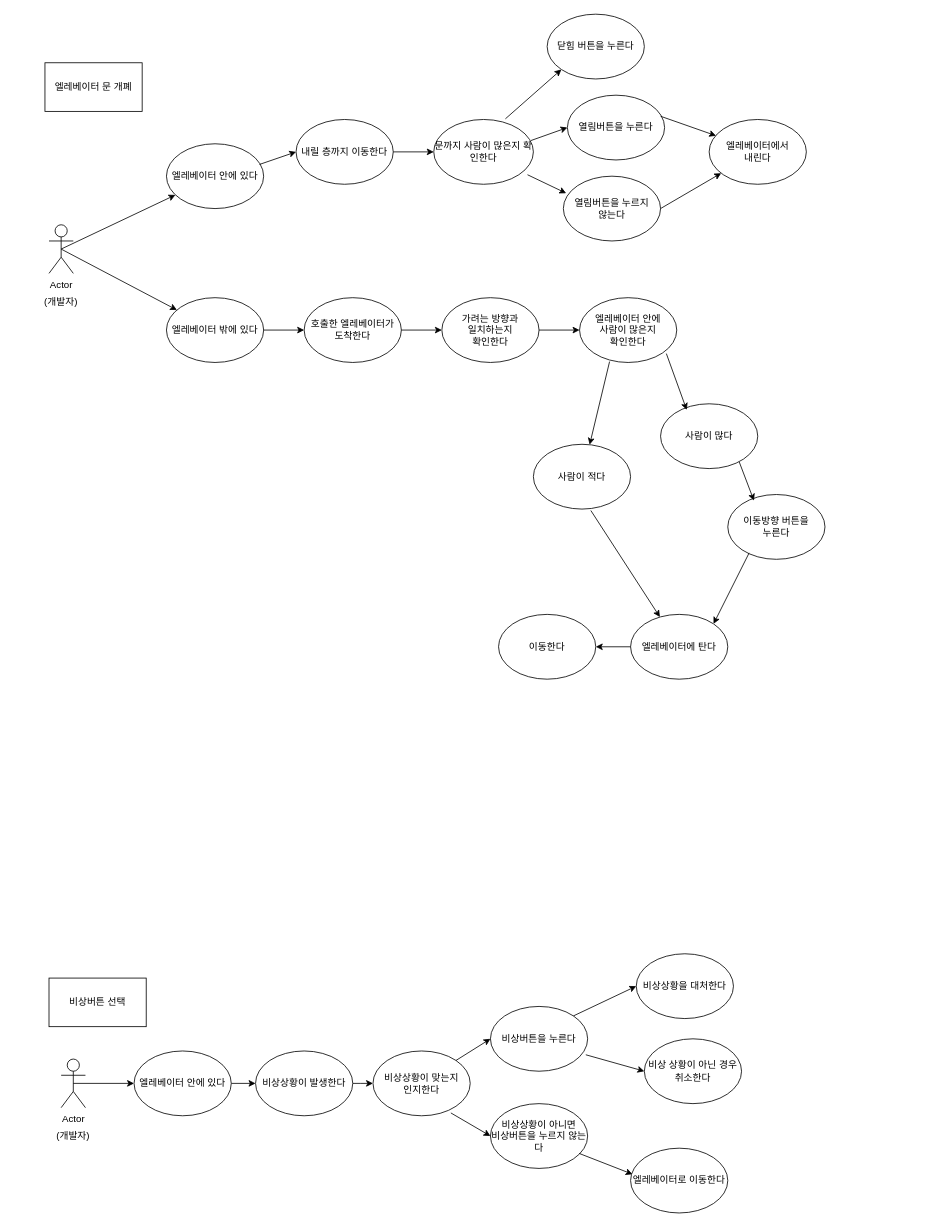
doit0/usecase-diagram keeps this draw.io diagram as sdf.drawio. Above is the earlier version. Source tidied: cells renumbered, new cells numbered last; positions are measured from the earlier drawing's top-left corner, leaving out a move shared by most shapes. Both pictures are drawn from the tidied source at 81%, with x=0, y=0 at pixel (36, 14).
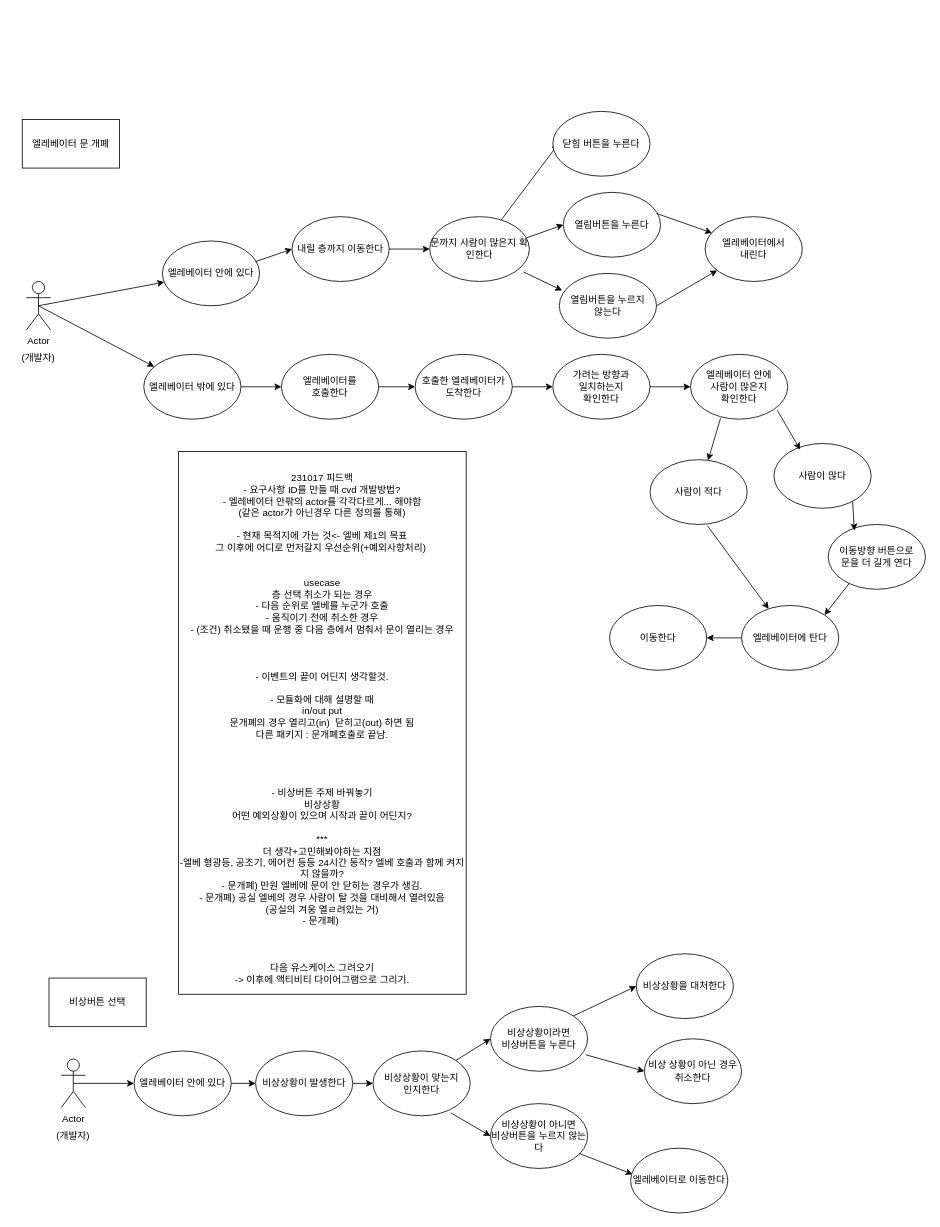
Above is the later version.

Commit message:
엘레베이터 요구사항 정의서 바탕으로 유스케이스 그리기 (231017).drawio 업데이트

The edit, as a diff of the source:
```diff
@@
     <mxCell id="2" value="Actor" style="shape=umlActor;verticalLabelPosition=bottom;verticalAlign=top;html=1;outlineConnect=0;" parent="1" vertex="1">
-      <mxGeometry x="15" y="260" width="30" height="60" as="geometry" />
+      <mxGeometry x="-13" y="330" width="30" height="60" as="geometry" />
     </mxCell>
@@
     <mxCell id="4" value="(개발자)" style="text;html=1;strokeColor=none;fillColor=none;align=center;verticalAlign=middle;whiteSpace=wrap;rounded=0;" parent="1" vertex="1">
-      <mxGeometry y="340" width="60" height="30" as="geometry" />
+      <mxGeometry x="-28" y="410" width="60" height="30" as="geometry" />
     </mxCell>
@@
     <mxCell id="6" value="엘레베이터 문 개폐" style="rounded=0;whiteSpace=wrap;html=1;" parent="1" vertex="1">
-      <mxGeometry x="10" y="60" width="120" height="60" as="geometry" />
+      <mxGeometry x="-18" y="130" width="120" height="60" as="geometry" />
     </mxCell>
     <mxCell id="7" value="엘레베이터 밖에 있다" style="ellipse;whiteSpace=wrap;html=1;" parent="1" vertex="1">
-      <mxGeometry x="160" y="350" width="120" height="80" as="geometry" />
+      <mxGeometry x="132" y="420" width="120" height="80" as="geometry" />
     </mxCell>
     <mxCell id="8" value="엘레베이터 안에 있다" style="ellipse;whiteSpace=wrap;html=1;" parent="1" vertex="1">
-      <mxGeometry x="160" y="160" width="120" height="80" as="geometry" />
+      <mxGeometry x="155" y="280" width="120" height="80" as="geometry" />
     </mxCell>
@@
     <mxCell id="10" value="내릴 층까지 이동한다" style="ellipse;whiteSpace=wrap;html=1;" parent="1" vertex="1">
-      <mxGeometry x="320" y="130" width="120" height="80" as="geometry" />
+      <mxGeometry x="315" y="250" width="120" height="80" as="geometry" />
     </mxCell>
@@
     <mxCell id="12" value="문까지 사람이 많은지 확인한다" style="ellipse;whiteSpace=wrap;html=1;" parent="1" vertex="1">
-      <mxGeometry x="490" y="130" width="123" height="80" as="geometry" />
+      <mxGeometry x="485" y="250" width="123" height="80" as="geometry" />
     </mxCell>
     <mxCell id="13" style="endArrow=classic;html=1;rounded=0;exitX=0.957;exitY=0.319;exitDx=0;exitDy=0;exitPerimeter=0;entryX=0;entryY=0.5;entryDx=0;entryDy=0;" parent="1" edge="1" target="14">
       <mxGeometry relative="1" as="geometry">
-        <mxPoint x="610" y="156" as="sourcePoint" />
+        <mxPoint x="605" y="276" as="sourcePoint" />
       </mxGeometry>
     </mxCell>
     <mxCell id="14" value="열림버튼을 누른다" style="ellipse;whiteSpace=wrap;html=1;" parent="1" vertex="1">
-      <mxGeometry x="655" y="100" width="120" height="80" as="geometry" />
+      <mxGeometry x="650" y="220" width="120" height="80" as="geometry" />
     </mxCell>
     <mxCell id="15" style="endArrow=classic;html=1;rounded=0;exitX=0.957;exitY=0.319;exitDx=0;exitDy=0;exitPerimeter=0;entryX=0.071;entryY=0.251;entryDx=0;entryDy=0;entryPerimeter=0;" parent="1" edge="1" target="16">
       <mxGeometry relative="1" as="geometry">
-        <mxPoint x="770" y="126" as="sourcePoint" />
+        <mxPoint x="765" y="246" as="sourcePoint" />
       </mxGeometry>
     </mxCell>
     <mxCell id="16" value="엘레베이터에서&lt;br&gt;내린다" style="ellipse;whiteSpace=wrap;html=1;" parent="1" vertex="1">
-      <mxGeometry x="830" y="130" width="120" height="80" as="geometry" />
+      <mxGeometry x="825" y="250" width="120" height="80" as="geometry" />
     </mxCell>
@@
     <mxCell id="18" value="열림버튼을 누르지 &lt;br&gt;않는다" style="ellipse;whiteSpace=wrap;html=1;" parent="1" vertex="1">
-      <mxGeometry x="650" y="200" width="120" height="80" as="geometry" />
+      <mxGeometry x="645" y="320" width="120" height="80" as="geometry" />
     </mxCell>
@@
-    <mxCell id="20" style="endArrow=classic;html=1;rounded=0;entryX=0;entryY=1;entryDx=0;entryDy=0;exitX=0.719;exitY=-0.01;exitDx=0;exitDy=0;exitPerimeter=0;" parent="1" edge="1" source="12" target="21">
+    <mxCell id="20" style="endArrow=classic;html=1;rounded=0;entryX=0.058;entryY=0.5;entryDx=0;entryDy=0;entryPerimeter=0;" parent="1" edge="1" source="12" target="21">
       <mxGeometry relative="1" as="geometry" />
     </mxCell>
     <mxCell id="21" value="닫힘 버튼을 누른다" style="ellipse;whiteSpace=wrap;html=1;" parent="1" vertex="1">
-      <mxGeometry x="630" width="120" height="80" as="geometry" />
+      <mxGeometry x="637" y="120" width="120" height="80" as="geometry" />
     </mxCell>
-    <mxCell id="22" style="endArrow=classic;html=1;rounded=0;exitX=1;exitY=0.5;exitDx=0;exitDy=0;entryX=0;entryY=0.5;entryDx=0;entryDy=0;" parent="1" edge="1" source="7" target="23">
+    <mxCell id="22" style="endArrow=classic;html=1;rounded=0;exitX=1;exitY=0.5;exitDx=0;exitDy=0;entryX=0;entryY=0.5;entryDx=0;entryDy=0;" parent="1" edge="1" source="7" target="59">
       <mxGeometry relative="1" as="geometry" />
     </mxCell>
     <mxCell id="23" value="호출한 엘레베이터가&lt;br&gt;도착한다" style="ellipse;whiteSpace=wrap;html=1;" parent="1" vertex="1">
-      <mxGeometry x="330" y="350" width="120" height="80" as="geometry" />
+      <mxGeometry x="467" y="420" width="120" height="80" as="geometry" />
     </mxCell>
@@
     <mxCell id="25" value="가려는 방향과 &lt;br&gt;일치하는지&lt;br&gt;확인한다" style="ellipse;whiteSpace=wrap;html=1;" parent="1" vertex="1">
-      <mxGeometry x="500" y="350" width="120" height="80" as="geometry" />
+      <mxGeometry x="637" y="420" width="120" height="80" as="geometry" />
     </mxCell>
@@
     <mxCell id="27" value="엘레베이터 안에 &lt;br&gt;사람이 많은지 &lt;br&gt;확인한다" style="ellipse;whiteSpace=wrap;html=1;" parent="1" vertex="1">
-      <mxGeometry x="670" y="350" width="120" height="80" as="geometry" />
+      <mxGeometry x="807" y="420" width="120" height="80" as="geometry" />
     </mxCell>
     <mxCell id="28" value="사람이 적다" style="ellipse;whiteSpace=wrap;html=1;" parent="1" vertex="1">
-      <mxGeometry x="613" y="531" width="120" height="80" as="geometry" />
+      <mxGeometry x="757" y="550" width="120" height="80" as="geometry" />
     </mxCell>
     <mxCell id="29" value="사람이 많다" style="ellipse;whiteSpace=wrap;html=1;" parent="1" vertex="1">
-      <mxGeometry x="770" y="481" width="120" height="80" as="geometry" />
+      <mxGeometry x="910" y="530" width="120" height="80" as="geometry" />
     </mxCell>
@@
-    <mxCell id="32" value="이동방향 버튼을&lt;br&gt;누른다" style="ellipse;whiteSpace=wrap;html=1;" parent="1" vertex="1">
-      <mxGeometry x="853" y="593" width="120" height="80" as="geometry" />
+    <mxCell id="32" value="이동방향 버튼으로&lt;br&gt;문을 더 길게 연다" style="ellipse;whiteSpace=wrap;html=1;" parent="1" vertex="1">
+      <mxGeometry x="977" y="630" width="120" height="80" as="geometry" />
     </mxCell>
@@
     <mxCell id="34" value="엘레베이터에 탄다" style="ellipse;whiteSpace=wrap;html=1;" parent="1" vertex="1">
-      <mxGeometry x="733" y="741" width="120" height="80" as="geometry" />
+      <mxGeometry x="870" y="730" width="120" height="80" as="geometry" />
     </mxCell>
@@
     <mxCell id="37" value="이동한다" style="ellipse;whiteSpace=wrap;html=1;" parent="1" vertex="1">
-      <mxGeometry x="570" y="741" width="120" height="80" as="geometry" />
+      <mxGeometry x="707" y="730" width="120" height="80" as="geometry" />
     </mxCell>
@@
-    <mxCell id="47" value="비상버튼을 누른다" style="ellipse;whiteSpace=wrap;html=1;" parent="1" vertex="1">
+    <mxCell id="47" value="비상상황이라면&lt;br&gt;비상버튼을 누른다" style="ellipse;whiteSpace=wrap;html=1;" parent="1" vertex="1">
       <mxGeometry x="560" y="1225" width="120" height="80" as="geometry" />
     </mxCell>
@@
+    <mxCell id="58" style="edgeStyle=orthogonalEdgeStyle;rounded=0;orthogonalLoop=1;jettySize=auto;html=1;exitX=0.5;exitY=1;exitDx=0;exitDy=0;" parent="1" edge="1" source="29" target="29">
+      <mxGeometry relative="1" as="geometry" />
+    </mxCell>
+    <mxCell id="59" value="엘레베이터를 &lt;br&gt;호출한다" style="ellipse;whiteSpace=wrap;html=1;" parent="1" vertex="1">
+      <mxGeometry x="302" y="420" width="120" height="80" as="geometry" />
+    </mxCell>
+    <mxCell id="60" style="endArrow=classic;html=1;rounded=0;exitX=1;exitY=0.5;exitDx=0;exitDy=0;entryX=0;entryY=0.5;entryDx=0;entryDy=0;" parent="1" edge="1" source="59" target="23">
+      <mxGeometry relative="1" as="geometry" />
+    </mxCell>
+    <mxCell id="61" value="&lt;div style=&quot;border-color: var(--border-color);&quot;&gt;&lt;br&gt;&lt;/div&gt;&lt;div style=&quot;border-color: var(--border-color);&quot;&gt;231017 피드백&lt;/div&gt;&lt;div style=&quot;border-color: var(--border-color);&quot;&gt;- 요구사항 ID를 만들 때 cvd 개발방법?&lt;/div&gt;&lt;div style=&quot;border-color: var(--border-color);&quot;&gt;- 엘레베이터 안팎의 actor를 각각다르게... 해야함&lt;/div&gt;&lt;div style=&quot;border-color: var(--border-color);&quot;&gt;(같은 actor가 아닌경우 다른 정의를 통해)&lt;/div&gt;&lt;div style=&quot;border-color: var(--border-color);&quot;&gt;&lt;br style=&quot;border-color: var(--border-color);&quot;&gt;&lt;/div&gt;&lt;div style=&quot;border-color: var(--border-color);&quot;&gt;- 현재 목적지에 가는 것&amp;lt;- 엘베 제1의 목표&lt;/div&gt;&lt;div style=&quot;border-color: var(--border-color);&quot;&gt;그 이후에 어디로 먼저갈지 우선순위(+예외사항처리)&amp;nbsp;&lt;/div&gt;&lt;div style=&quot;border-color: var(--border-color);&quot;&gt;&lt;br style=&quot;border-color: var(--border-color);&quot;&gt;&lt;/div&gt;&lt;div style=&quot;border-color: var(--border-color);&quot;&gt;&lt;br style=&quot;border-color: var(--border-color);&quot;&gt;&lt;/div&gt;&lt;div style=&quot;border-color: var(--border-color);&quot;&gt;usecase&lt;/div&gt;&lt;div style=&quot;border-color: var(--border-color);&quot;&gt;층 선택 취소가 되는 경우&lt;/div&gt;&lt;div style=&quot;border-color: var(--border-color);&quot;&gt;- 다음 순위로 엘베를 누군가 호출&lt;/div&gt;&lt;div style=&quot;border-color: var(--border-color);&quot;&gt;- 움직이기 전에 취소한 경우&lt;/div&gt;&lt;div style=&quot;border-color: var(--border-color);&quot;&gt;- (조건) 취소됐을 때 운행 중 다음 층에서 멈춰서 문이 열리는 경우&lt;/div&gt;&lt;div style=&quot;border-color: var(--border-color);&quot;&gt;&lt;br style=&quot;border-color: var(--border-color);&quot;&gt;&lt;/div&gt;&lt;div style=&quot;border-color: var(--border-color);&quot;&gt;&lt;br style=&quot;border-color: var(--border-color);&quot;&gt;&lt;/div&gt;&lt;div style=&quot;border-color: var(--border-color);&quot;&gt;&lt;br&gt;&lt;/div&gt;&lt;div style=&quot;border-color: var(--border-color);&quot;&gt;- 이벤트의 끝이 어딘지 생각할것.&lt;/div&gt;&lt;div style=&quot;border-color: var(--border-color);&quot;&gt;&lt;br style=&quot;border-color: var(--border-color);&quot;&gt;&lt;/div&gt;&lt;div style=&quot;border-color: var(--border-color);&quot;&gt;- 모듈화에 대해 설명할 때&lt;/div&gt;&lt;div style=&quot;border-color: var(--border-color);&quot;&gt;in/out put&lt;/div&gt;&lt;div style=&quot;border-color: var(--border-color);&quot;&gt;문개폐의 경우 열리고(in)&amp;nbsp; 닫히고(out) 하면 됨&lt;/div&gt;&lt;div style=&quot;border-color: var(--border-color);&quot;&gt;다른 패키지 : 문개폐호출로 끝남.&lt;/div&gt;&lt;div style=&quot;border-color: var(--border-color);&quot;&gt;&lt;br style=&quot;border-color: var(--border-color);&quot;&gt;&lt;/div&gt;&lt;div style=&quot;border-color: var(--border-color);&quot;&gt;&lt;br style=&quot;border-color: var(--border-color);&quot;&gt;&lt;/div&gt;&lt;div style=&quot;border-color: var(--border-color);&quot;&gt;&lt;br style=&quot;border-color: var(--border-color);&quot;&gt;&lt;/div&gt;&lt;div style=&quot;border-color: var(--border-color);&quot;&gt;&lt;br style=&quot;border-color: var(--border-color);&quot;&gt;&lt;/div&gt;&lt;div style=&quot;border-color: var(--border-color);&quot;&gt;- 비상버튼 주제 바꿔놓기&lt;/div&gt;&lt;div style=&quot;border-color: var(--border-color);&quot;&gt;비상상황&lt;/div&gt;&lt;div style=&quot;border-color: var(--border-color);&quot;&gt;어떤 예외상황이 있으며 시작과 끝이 어딘지?&lt;/div&gt;&lt;div style=&quot;border-color: var(--border-color);&quot;&gt;&lt;br&gt;&lt;/div&gt;&lt;div style=&quot;border-color: var(--border-color);&quot;&gt;***&lt;/div&gt;&lt;div style=&quot;border-color: var(--border-color);&quot;&gt;더 생각+고민해봐야하는 지점&lt;/div&gt;&lt;div style=&quot;border-color: var(--border-color);&quot;&gt;-엘베 형광등, 공조기, 에어컨 등등 24시간 동작? 엘베 호출과 함께 켜지지 않을까?&lt;/div&gt;&lt;div style=&quot;border-color: var(--border-color);&quot;&gt;- 문개폐) 만원 엘베에 문이 안 닫히는 경우가 생김.&lt;/div&gt;&lt;div style=&quot;border-color: var(--border-color);&quot;&gt;- 문개폐) 공실 엘베의 경우 사람이 탈 것을 대비해서 열려있음&lt;/div&gt;&lt;div style=&quot;border-color: var(--border-color);&quot;&gt;(공실의 겨웅 열ㄹ려있는 거)&lt;/div&gt;&lt;div style=&quot;border-color: var(--border-color);&quot;&gt;- 문개폐)&amp;nbsp;&lt;/div&gt;&lt;div style=&quot;border-color: var(--border-color);&quot;&gt;&lt;br style=&quot;border-color: var(--border-color);&quot;&gt;&lt;/div&gt;&lt;div style=&quot;border-color: var(--border-color);&quot;&gt;&lt;br style=&quot;border-color: var(--border-color);&quot;&gt;&lt;/div&gt;&lt;div style=&quot;border-color: var(--border-color);&quot;&gt;&lt;br style=&quot;border-color: var(--border-color);&quot;&gt;&lt;/div&gt;&lt;div style=&quot;border-color: var(--border-color);&quot;&gt;다음 유스케이스 그려오기&lt;/div&gt;&lt;div style=&quot;border-color: var(--border-color);&quot;&gt;-&amp;gt; 이후에 액티비티 다이어그램으로 그리기.&lt;/div&gt;" style="rounded=0;whiteSpace=wrap;html=1;" parent="1" vertex="1">
+      <mxGeometry x="175" y="540" width="355" height="670" as="geometry" />
+    </mxCell>
```
